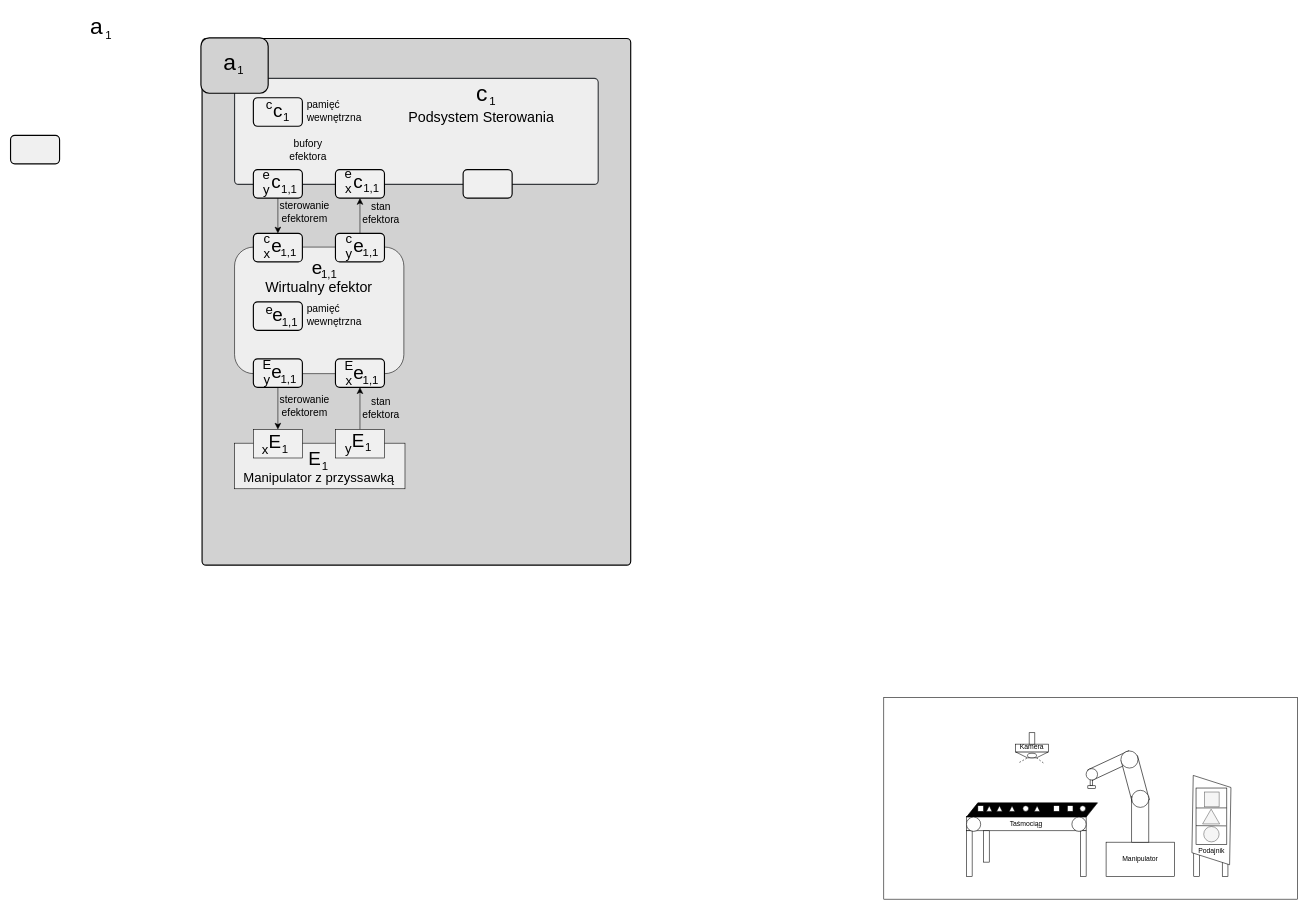
This is isr.drawio from kbieniekpw/drawio_projects, a draw.io file, before an edit. Source tidied: cells renumbered, new cells numbered last; positions are measured from the earlier drawing's top-left corner, leaving out a move shared by most shapes. Both pictures are drawn from the tidied source at 57%, with x=0, y=0 at pixel (10, 10).
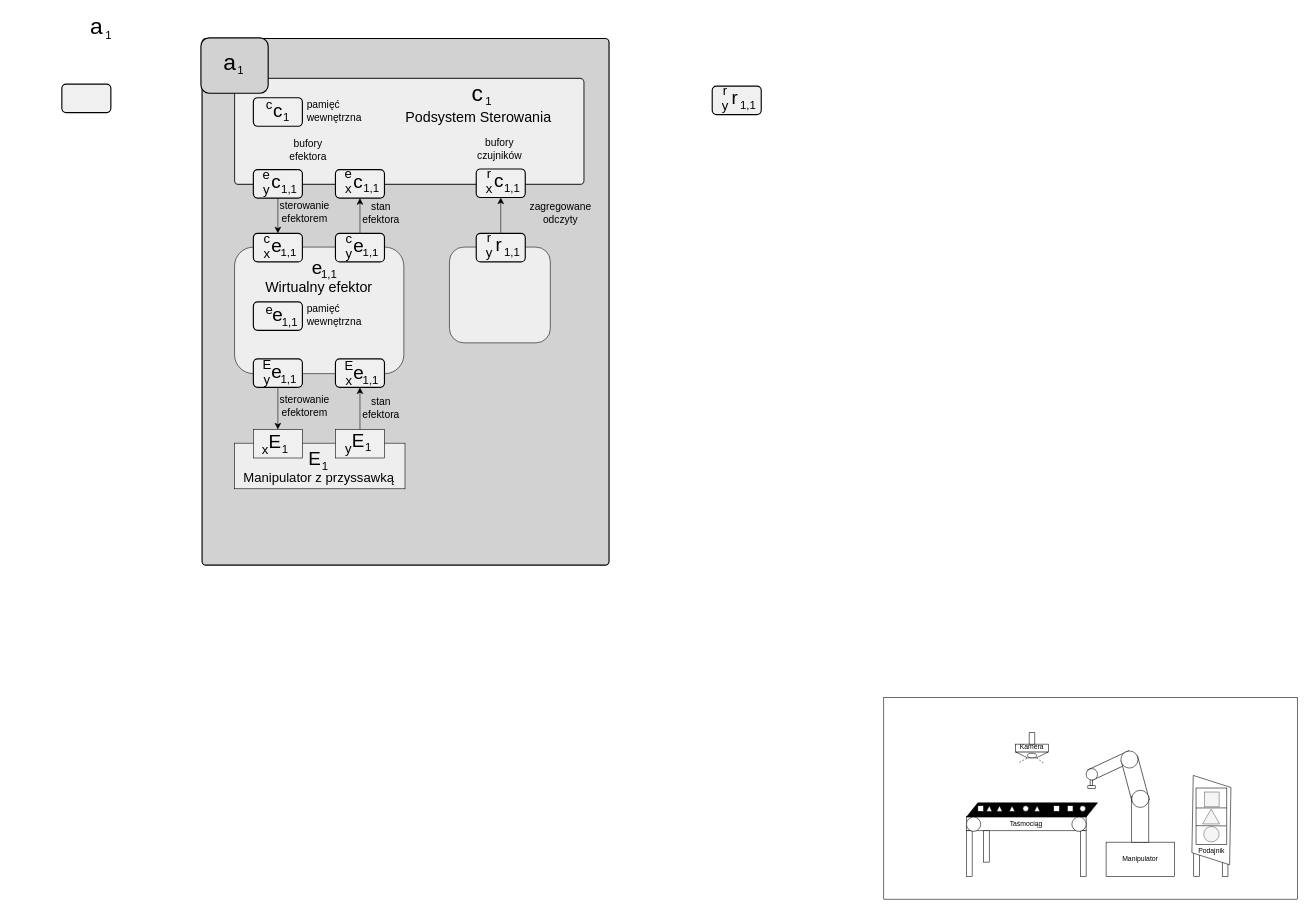
After the change.

What changed in the source:
```diff
@@
     <mxCell id="47" style="rounded=1;whiteSpace=wrap;html=1;absoluteArcSize=1;arcSize=14;strokeWidth=2;fillColor=#D2D2D2;" parent="1" vertex="1">
-      <mxGeometry x="336" y="50" width="752" height="924" as="geometry" />
+      <mxGeometry x="336" y="50" width="714" height="924" as="geometry" />
     </mxCell>
     <mxCell id="48" style="rounded=1;whiteSpace=wrap;html=1;absoluteArcSize=1;arcSize=14;strokeWidth=2;fillColor=#EEEEEE;strokeColor=#36393d;" parent="1" vertex="1">
-      <mxGeometry x="393" y="120" width="638" height="186" as="geometry" />
+      <mxGeometry x="393" y="120" width="613" height="186" as="geometry" />
     </mxCell>
@@
     <mxCell id="53" value="&lt;font style=&quot;font-size: 25px;&quot;&gt;Podsystem Sterowania&lt;/font&gt;" style="text;html=1;strokeColor=none;fillColor=none;align=center;verticalAlign=middle;whiteSpace=wrap;rounded=0;" parent="1" vertex="1">
-      <mxGeometry x="656" y="160" width="340" height="54" as="geometry" />
+      <mxGeometry x="651" y="160" width="340" height="54" as="geometry" />
     </mxCell>
     <mxCell id="54" value="&lt;font style=&quot;font-size: 20px;&quot;&gt;1&lt;/font&gt;" style="text;html=1;strokeColor=none;fillColor=none;align=center;verticalAlign=middle;whiteSpace=wrap;rounded=0;" parent="1" vertex="1">
-      <mxGeometry x="816" y="144" width="60" height="30" as="geometry" />
+      <mxGeometry x="809" y="144" width="60" height="30" as="geometry" />
     </mxCell>
     <mxCell id="55" value="&lt;font style=&quot;font-size: 40px;&quot;&gt;c&lt;/font&gt;" style="text;html=1;strokeColor=none;fillColor=none;align=center;verticalAlign=middle;whiteSpace=wrap;rounded=0;" parent="1" vertex="1">
-      <mxGeometry x="794" y="118" width="66" height="54" as="geometry" />
+      <mxGeometry x="786" y="118" width="66" height="54" as="geometry" />
     </mxCell>
@@
     <mxCell id="63" style="rounded=1;whiteSpace=wrap;html=1;strokeWidth=2;fillColor=#F0F0F0;" parent="1" vertex="1">
-      <mxGeometry y="220" width="86" height="50" as="geometry" />
+      <mxGeometry x="90" y="130" width="86" height="50" as="geometry" />
     </mxCell>
@@
-    <mxCell id="67" style="rounded=1;whiteSpace=wrap;html=1;strokeWidth=2;fillColor=#F0F0F0;" parent="1" vertex="1">
-      <mxGeometry x="794" y="280" width="86" height="50" as="geometry" />
-    </mxCell>
@@
+    <mxCell id="124" style="edgeStyle=orthogonalEdgeStyle;rounded=0;jettySize=auto;html=1;exitX=0.5;exitY=0;exitDx=0;exitDy=0;entryX=0.5;entryY=1;entryDx=0;entryDy=0;endSize=9;" parent="1" edge="1" source="138" target="125">
+      <mxGeometry relative="1" as="geometry" />
+    </mxCell>
+    <mxCell id="125" style="rounded=1;whiteSpace=wrap;html=1;strokeWidth=2;fillColor=#F0F0F0;" parent="1" vertex="1">
+      <mxGeometry x="817" y="279" width="86" height="50" as="geometry" />
+    </mxCell>
+    <mxCell id="126" value="&lt;font style=&quot;font-size: 33px;&quot;&gt;c&lt;/font&gt;" style="text;html=1;strokeColor=none;fillColor=none;align=center;verticalAlign=middle;whiteSpace=wrap;rounded=0;" parent="1" vertex="1">
+      <mxGeometry x="827" y="284" width="60" height="30" as="geometry" />
+    </mxCell>
+    <mxCell id="127" value="&lt;font style=&quot;font-size: 20px;&quot;&gt;1&lt;/font&gt;&lt;font style=&quot;font-size: 20px;&quot;&gt;,1&lt;/font&gt;" style="text;html=1;strokeColor=none;fillColor=none;align=center;verticalAlign=middle;whiteSpace=wrap;rounded=0;" parent="1" vertex="1">
+      <mxGeometry x="850" y="296" width="60" height="30" as="geometry" />
+    </mxCell>
+    <mxCell id="128" value="&lt;font style=&quot;font-size: 23px;&quot;&gt;r&lt;/font&gt;" style="text;html=1;strokeColor=none;fillColor=none;align=center;verticalAlign=middle;whiteSpace=wrap;rounded=0;" parent="1" vertex="1">
+      <mxGeometry x="810" y="272" width="60" height="30" as="geometry" />
+    </mxCell>
+    <mxCell id="129" value="&lt;font style=&quot;font-size: 23px;&quot;&gt;x&lt;/font&gt;" style="text;html=1;strokeColor=none;fillColor=none;align=center;verticalAlign=middle;whiteSpace=wrap;rounded=0;" parent="1" vertex="1">
+      <mxGeometry x="810" y="298" width="60" height="30" as="geometry" />
+    </mxCell>
+    <mxCell id="130" style="rounded=1;whiteSpace=wrap;html=1;strokeWidth=2;fillColor=#F0F0F0;" parent="1" vertex="1">
+      <mxGeometry x="1231" y="133.5" width="86" height="50" as="geometry" />
+    </mxCell>
+    <mxCell id="131" value="&lt;font style=&quot;font-size: 33px;&quot;&gt;r&lt;/font&gt;" style="text;html=1;strokeColor=none;fillColor=none;align=center;verticalAlign=middle;whiteSpace=wrap;rounded=0;" parent="1" vertex="1">
+      <mxGeometry x="1241" y="138.5" width="60" height="30" as="geometry" />
+    </mxCell>
+    <mxCell id="132" value="&lt;font style=&quot;font-size: 20px;&quot;&gt;1&lt;/font&gt;&lt;font style=&quot;font-size: 20px;&quot;&gt;,1&lt;/font&gt;" style="text;html=1;strokeColor=none;fillColor=none;align=center;verticalAlign=middle;whiteSpace=wrap;rounded=0;" parent="1" vertex="1">
+      <mxGeometry x="1264" y="150.5" width="60" height="30" as="geometry" />
+    </mxCell>
+    <mxCell id="133" value="&lt;font style=&quot;font-size: 23px;&quot;&gt;r&lt;/font&gt;" style="text;html=1;strokeColor=none;fillColor=none;align=center;verticalAlign=middle;whiteSpace=wrap;rounded=0;" parent="1" vertex="1">
+      <mxGeometry x="1224" y="126.5" width="60" height="30" as="geometry" />
+    </mxCell>
+    <mxCell id="134" value="&lt;font style=&quot;font-size: 23px;&quot;&gt;y&lt;/font&gt;" style="text;html=1;strokeColor=none;fillColor=none;align=center;verticalAlign=middle;whiteSpace=wrap;rounded=0;" parent="1" vertex="1">
+      <mxGeometry x="1224" y="152.5" width="60" height="30" as="geometry" />
+    </mxCell>
+    <mxCell id="135" value="&lt;font style=&quot;font-size: 18px;&quot;&gt;bufory czujników&lt;br&gt;&lt;/font&gt;" style="text;html=1;strokeColor=none;fillColor=none;align=center;verticalAlign=middle;whiteSpace=wrap;rounded=0;" parent="1" vertex="1">
+      <mxGeometry x="828" y="230" width="60" height="30" as="geometry" />
+    </mxCell>
+    <mxCell id="136" value="&lt;div style=&quot;font-size: 18px;&quot;&gt;&lt;font style=&quot;font-size: 18px;&quot;&gt;zagregowane&lt;/font&gt;&lt;/div&gt;&lt;div style=&quot;font-size: 18px;&quot;&gt;&lt;font style=&quot;font-size: 18px;&quot;&gt;odczyty&lt;/font&gt;&lt;br&gt;&lt;/div&gt;" style="text;html=1;strokeColor=none;fillColor=none;align=center;verticalAlign=middle;whiteSpace=wrap;rounded=0;" parent="1" vertex="1">
+      <mxGeometry x="935" y="342" width="60" height="30" as="geometry" />
+    </mxCell>
+    <mxCell id="137" style="rounded=1;whiteSpace=wrap;html=1;fillColor=#EEEEEE;" parent="1" vertex="1">
+      <mxGeometry x="770" y="416" width="177" height="168" as="geometry" />
+    </mxCell>
+    <mxCell id="138" style="rounded=1;whiteSpace=wrap;html=1;strokeWidth=2;fillColor=#F0F0F0;" parent="1" vertex="1">
+      <mxGeometry x="817" y="392" width="86" height="50" as="geometry" />
+    </mxCell>
+    <mxCell id="139" value="&lt;font style=&quot;font-size: 33px;&quot;&gt;r&lt;/font&gt;" style="text;html=1;strokeColor=none;fillColor=none;align=center;verticalAlign=middle;whiteSpace=wrap;rounded=0;" parent="1" vertex="1">
+      <mxGeometry x="827" y="397" width="60" height="30" as="geometry" />
+    </mxCell>
+    <mxCell id="140" value="&lt;font style=&quot;font-size: 20px;&quot;&gt;1&lt;/font&gt;&lt;font style=&quot;font-size: 20px;&quot;&gt;,1&lt;/font&gt;" style="text;html=1;strokeColor=none;fillColor=none;align=center;verticalAlign=middle;whiteSpace=wrap;rounded=0;" parent="1" vertex="1">
+      <mxGeometry x="850" y="409" width="60" height="30" as="geometry" />
+    </mxCell>
+    <mxCell id="141" value="&lt;font style=&quot;font-size: 23px;&quot;&gt;r&lt;/font&gt;" style="text;html=1;strokeColor=none;fillColor=none;align=center;verticalAlign=middle;whiteSpace=wrap;rounded=0;" parent="1" vertex="1">
+      <mxGeometry x="810" y="385" width="60" height="30" as="geometry" />
+    </mxCell>
+    <mxCell id="142" value="&lt;font style=&quot;font-size: 23px;&quot;&gt;y&lt;/font&gt;" style="text;html=1;strokeColor=none;fillColor=none;align=center;verticalAlign=middle;whiteSpace=wrap;rounded=0;" parent="1" vertex="1">
+      <mxGeometry x="810" y="411" width="60" height="30" as="geometry" />
+    </mxCell>
```
